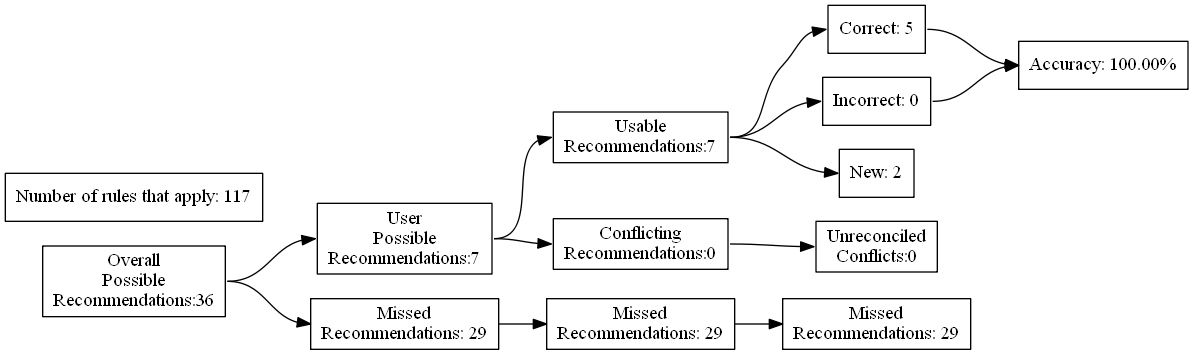
ZaxR/ibd_diet_analysis keeps this Graphviz diagram as test_renders/86.gv.png. Above is the earlier version. Its source is kept beside it as test_renders/86.gv.
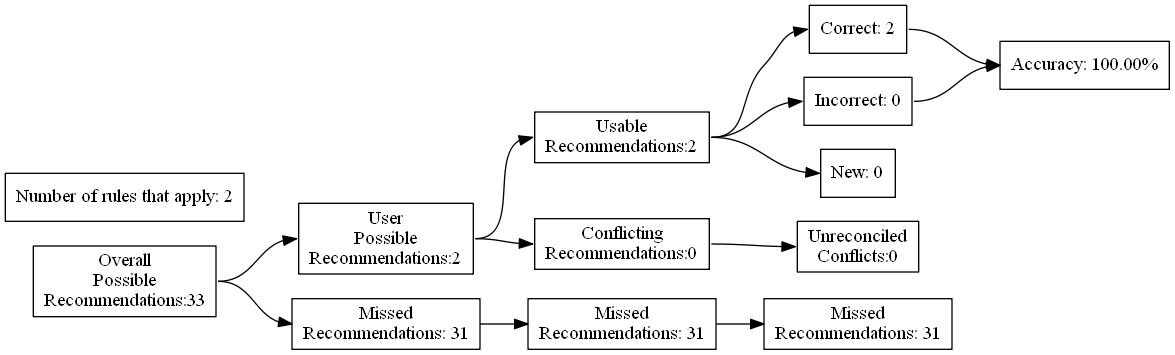
The same file after the commit.

Change to the diagram source:
```diff
@@ -4,27 +4,27 @@
 	edge [headport=w tailport=e]
 		A [label="Overall
 Possible
-Recommendations:36"]
+Recommendations:33"]
 		B [label="User
 Possible
-Recommendations:7"]
+Recommendations:2"]
 		C [label="Missed
-Recommendations: 29"]
+Recommendations: 31"]
 		D [label="Usable
-Recommendations:7"]
+Recommendations:2"]
 		E [label="Conflicting
 Recommendations:0"]
 		J [label="Missed
-Recommendations: 29"]
+Recommendations: 31"]
 		M [label="Unreconciled
 Conflicts:0"]
-		F [label="Correct: 5"]
+		F [label="Correct: 2"]
 		G [label="Incorrect: 0"]
-		H [label="New: 2"]
+		H [label="New: 0"]
 		K [label="Missed
-Recommendations: 29"]
+Recommendations: 31"]
 		I [label="Accuracy: 100.00%"]
-		l [label="Number of rules that apply: 117"]
+		l [label="Number of rules that apply: 2"]
 			A -> B
 			A -> C
 			B -> D
```
